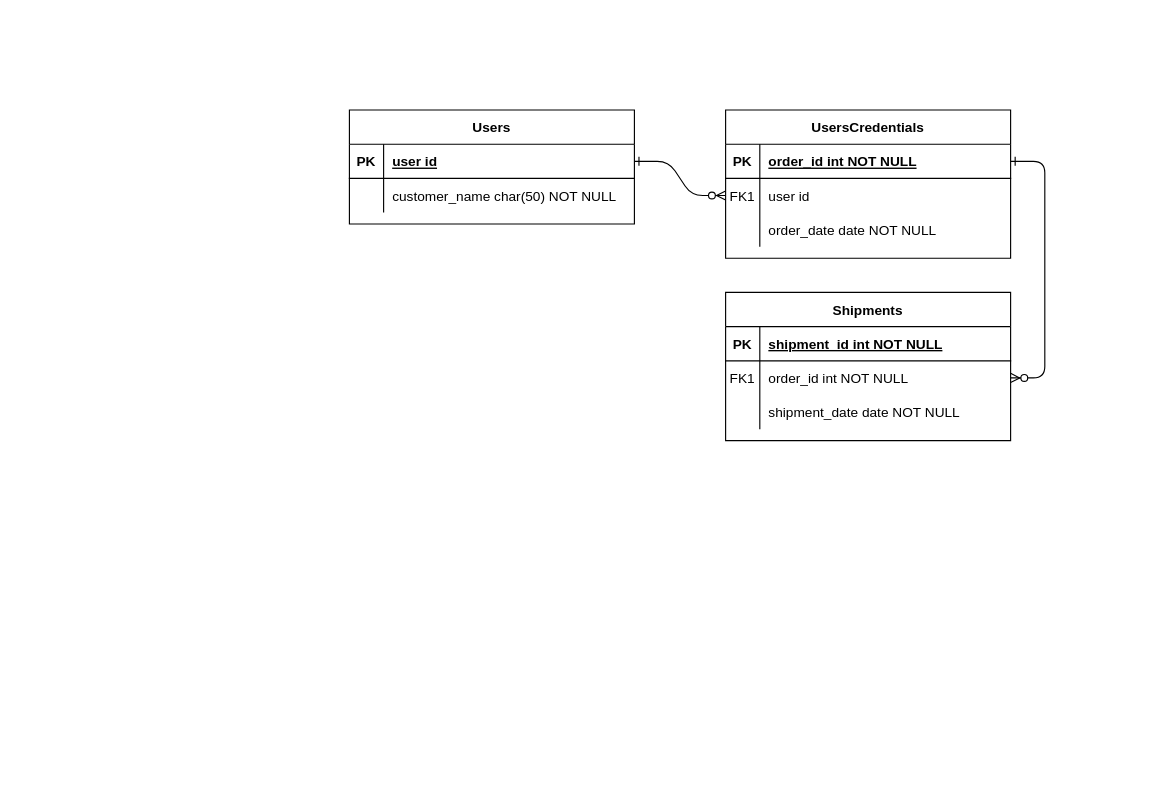
Above: page "Overall BD" (1 of 2) of Docs/node-final.drawio in natank/diagrams (draw.io), before the change. Source tidied: cells renumbered, new cells numbered last; positions are measured from the earlier drawing's top-left corner, leaving out a move shared by most shapes. Both pictures are drawn from the tidied source at 114%, with x=0, y=0 at pixel (349, 109).
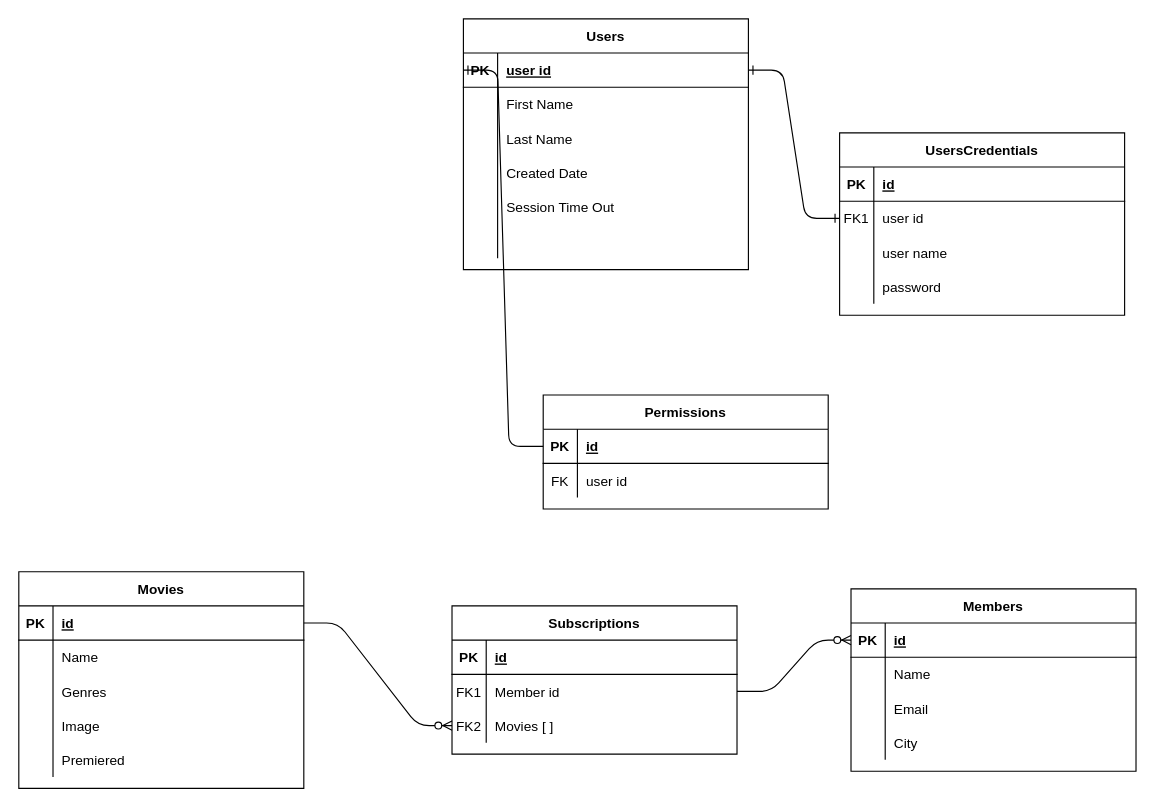
The same page after the edit.

The change refers to these unchanged cells:
```xml
<mxCell id="5" style="shape=partialRectangle;fillColor=none;points=[[0,0.5],[1,0.5]];portConstraint=eastwest;top=0;left=0;right=0;bottom=1;" parent="4" vertex="1">
  <mxGeometry y="30" width="250" height="30" as="geometry" />
</mxCell>
<mxCell id="8" style="shape=partialRectangle;fillColor=none;points=[[0,0.5],[1,0.5]];portConstraint=eastwest;top=0;left=0;right=0;bottom=0;" parent="4" vertex="1">
  <mxGeometry y="60" width="250" height="30" as="geometry" />
</mxCell>
<mxCell id="11" style="shape=partialRectangle;fillColor=none;top=0;left=0;right=0;bottom=0;" parent="4" vertex="1">
  <mxGeometry y="90" width="250" height="30" as="geometry" />
</mxCell>
<mxCell id="15" style="shape=partialRectangle;fillColor=none;top=0;left=0;right=0;bottom=1;" parent="14" vertex="1">
  <mxGeometry y="30" width="250" height="30" as="geometry" />
</mxCell>
<mxCell id="18" style="shape=partialRectangle;fillColor=none;points=[[0,0.5],[1,0.5]];portConstraint=eastwest;top=0;left=0;right=0;bottom=0;" parent="14" vertex="1">
  <mxGeometry y="60" width="250" height="30" as="geometry" />
</mxCell>
<mxCell id="21" style="shape=partialRectangle;fillColor=none;points=[[0,0.5],[1,0.5]];portConstraint=eastwest;top=0;left=0;right=0;bottom=0;" parent="14" vertex="1">
  <mxGeometry y="90" width="250" height="30" as="geometry" />
</mxCell>
<mxCell id="25" style="shape=partialRectangle;fillColor=none;points=[[0,0.5],[1,0.5]];portConstraint=eastwest;top=0;left=0;right=0;bottom=1;" parent="24" vertex="1">
  <mxGeometry y="30" width="250" height="30" as="geometry" />
</mxCell>
<mxCell id="28" style="shape=partialRectangle;fillColor=none;top=0;left=0;right=0;bottom=0;" parent="24" vertex="1">
  <mxGeometry y="60" width="250" height="30" as="geometry" />
</mxCell>
```

Change to the diagram source:
```diff
@@
-    <mxCell id="2" style="edgeStyle=entityRelationEdgeStyle;endArrow=ERzeroToMany;startArrow=ERone;endFill=1;startFill=0;" parent="1" edge="1" source="25" target="8">
+    <mxCell id="2" style="edgeStyle=entityRelationEdgeStyle;endArrow=ERone;startArrow=ERone;endFill=0;startFill=0;" parent="1" edge="1" source="25" target="8">
       <mxGeometry relative="1" as="geometry" />
     </mxCell>
-    <mxCell id="3" style="edgeStyle=entityRelationEdgeStyle;endArrow=ERzeroToMany;startArrow=ERone;endFill=1;startFill=0;" parent="1" edge="1" source="5" target="18">
-      <mxGeometry relative="1" as="geometry" />
-    </mxCell>
     <mxCell id="4" value="UsersCredentials" style="shape=table;startSize=30;childLayout=tableLayout;rowLines=0;fontStyle=1;align=center;" parent="1" vertex="1">
-      <mxGeometry x="330" width="250" height="130" as="geometry" />
+      <mxGeometry x="430" y="20" width="250" height="160" as="geometry" />
     </mxCell>
@@
-    <mxCell id="7" value="order_id int NOT NULL " style="shape=partialRectangle;overflow=hidden;fillColor=none;top=0;left=0;bottom=0;right=0;align=left;spacingLeft=6;fontStyle=5;" parent="5" vertex="1">
+    <mxCell id="7" value="id" style="shape=partialRectangle;overflow=hidden;fillColor=none;top=0;left=0;bottom=0;right=0;align=left;spacingLeft=6;fontStyle=5;" parent="5" vertex="1">
       <mxGeometry x="30" width="220" height="30" as="geometry" />
     </mxCell>
@@
-    <mxCell id="13" value="order_date date NOT NULL" style="shape=partialRectangle;overflow=hidden;fillColor=none;top=0;left=0;bottom=0;right=0;align=left;spacingLeft=6;" parent="11" vertex="1">
+    <mxCell id="13" value="user name" style="shape=partialRectangle;overflow=hidden;fillColor=none;top=0;left=0;bottom=0;right=0;align=left;spacingLeft=6;" parent="11" vertex="1">
       <mxGeometry x="30" width="220" height="30" as="geometry" />
     </mxCell>
+    <mxCell id="31" style="shape=partialRectangle;fillColor=none;top=0;left=0;right=0;bottom=0;" parent="4" vertex="1">
+      <mxGeometry y="120" width="250" height="30" as="geometry" />
+    </mxCell>
+    <mxCell id="32" style="shape=partialRectangle;overflow=hidden;fillColor=none;top=0;left=0;bottom=0;right=0;" parent="31" vertex="1">
+      <mxGeometry width="30" height="30" as="geometry" />
+    </mxCell>
+    <mxCell id="33" value="password" style="shape=partialRectangle;overflow=hidden;fillColor=none;top=0;left=0;bottom=0;right=0;align=left;spacingLeft=6;" parent="31" vertex="1">
+      <mxGeometry x="30" width="220" height="30" as="geometry" />
+    </mxCell>
-    <mxCell id="14" value="Shipments" style="shape=table;startSize=30;childLayout=tableLayout;rowLines=0;fontStyle=1;align=center;" parent="1" vertex="1">
-      <mxGeometry x="330" y="160" width="250" height="130" as="geometry" />
+    <mxCell id="14" value="Subscriptions" style="shape=table;startSize=30;childLayout=tableLayout;rowLines=0;fontStyle=1;align=center;" parent="1" vertex="1">
+      <mxGeometry x="90" y="435" width="250" height="130" as="geometry" />
     </mxCell>
@@
-    <mxCell id="17" value="shipment_id int NOT NULL " style="shape=partialRectangle;overflow=hidden;fillColor=none;top=0;left=0;bottom=0;right=0;align=left;spacingLeft=6;fontStyle=5;" parent="15" vertex="1">
+    <mxCell id="17" value="id" style="shape=partialRectangle;overflow=hidden;fillColor=none;top=0;left=0;bottom=0;right=0;align=left;spacingLeft=6;fontStyle=5;" parent="15" vertex="1">
       <mxGeometry x="30" width="220" height="30" as="geometry" />
     </mxCell>
@@
-    <mxCell id="20" value="order_id int NOT NULL" style="shape=partialRectangle;overflow=hidden;fillColor=none;top=0;left=0;bottom=0;right=0;align=left;spacingLeft=6;" parent="18" vertex="1">
+    <mxCell id="20" value="Member id" style="shape=partialRectangle;overflow=hidden;fillColor=none;top=0;left=0;bottom=0;right=0;align=left;spacingLeft=6;" parent="18" vertex="1">
       <mxGeometry x="30" width="220" height="30" as="geometry" />
     </mxCell>
@@
-    <mxCell id="22" style="shape=partialRectangle;overflow=hidden;fillColor=none;top=0;left=0;bottom=0;right=0;" parent="21" vertex="1">
+    <mxCell id="22" value="FK2" style="shape=partialRectangle;overflow=hidden;fillColor=none;top=0;left=0;bottom=0;right=0;" parent="21" vertex="1">
       <mxGeometry width="30" height="30" as="geometry" />
     </mxCell>
-    <mxCell id="23" value="shipment_date date NOT NULL" style="shape=partialRectangle;overflow=hidden;fillColor=none;top=0;left=0;bottom=0;right=0;align=left;spacingLeft=6;" parent="21" vertex="1">
+    <mxCell id="23" value="Movies [ ]" style="shape=partialRectangle;overflow=hidden;fillColor=none;top=0;left=0;bottom=0;right=0;align=left;spacingLeft=6;" parent="21" vertex="1">
       <mxGeometry x="30" width="220" height="30" as="geometry" />
     </mxCell>
     <mxCell id="24" value="Users" style="shape=table;startSize=30;childLayout=tableLayout;rowLines=0;fontStyle=1;align=center;" parent="1" vertex="1">
-      <mxGeometry width="250" height="100" as="geometry" />
+      <mxGeometry x="100" y="-80" width="250" height="220" as="geometry" />
     </mxCell>
@@
-    <mxCell id="30" value="customer_name char(50) NOT NULL" style="shape=partialRectangle;overflow=hidden;fillColor=none;top=0;left=0;bottom=0;right=0;align=left;spacingLeft=6;" parent="28" vertex="1">
+    <mxCell id="30" value="First Name" style="shape=partialRectangle;overflow=hidden;fillColor=none;top=0;left=0;bottom=0;right=0;align=left;spacingLeft=6;" parent="28" vertex="1">
       <mxGeometry x="30" width="220" height="30" as="geometry" />
     </mxCell>
+    <mxCell id="34" style="shape=partialRectangle;fillColor=none;top=0;left=0;right=0;bottom=0;" parent="24" vertex="1">
+      <mxGeometry y="90" width="250" height="30" as="geometry" />
+    </mxCell>
+    <mxCell id="35" style="shape=partialRectangle;overflow=hidden;fillColor=none;top=0;left=0;bottom=0;right=0;" parent="34" vertex="1">
+      <mxGeometry width="30" height="30" as="geometry" />
+    </mxCell>
+    <mxCell id="36" value="Last Name" style="shape=partialRectangle;overflow=hidden;fillColor=none;top=0;left=0;bottom=0;right=0;align=left;spacingLeft=6;" parent="34" vertex="1">
+      <mxGeometry x="30" width="220" height="30" as="geometry" />
+    </mxCell>
+    <mxCell id="37" style="shape=partialRectangle;fillColor=none;top=0;left=0;right=0;bottom=0;" parent="24" vertex="1">
+      <mxGeometry y="120" width="250" height="30" as="geometry" />
+    </mxCell>
+    <mxCell id="38" style="shape=partialRectangle;overflow=hidden;fillColor=none;top=0;left=0;bottom=0;right=0;" parent="37" vertex="1">
+      <mxGeometry width="30" height="30" as="geometry" />
+    </mxCell>
+    <mxCell id="39" value="Created Date" style="shape=partialRectangle;overflow=hidden;fillColor=none;top=0;left=0;bottom=0;right=0;align=left;spacingLeft=6;" parent="37" vertex="1">
+      <mxGeometry x="30" width="220" height="30" as="geometry" />
+    </mxCell>
+    <mxCell id="40" style="shape=partialRectangle;fillColor=none;top=0;left=0;right=0;bottom=0;" parent="24" vertex="1">
+      <mxGeometry y="150" width="250" height="30" as="geometry" />
+    </mxCell>
+    <mxCell id="41" style="shape=partialRectangle;overflow=hidden;fillColor=none;top=0;left=0;bottom=0;right=0;" parent="40" vertex="1">
+      <mxGeometry width="30" height="30" as="geometry" />
+    </mxCell>
+    <mxCell id="42" value="Session Time Out" style="shape=partialRectangle;overflow=hidden;fillColor=none;top=0;left=0;bottom=0;right=0;align=left;spacingLeft=6;" parent="40" vertex="1">
+      <mxGeometry x="30" width="220" height="30" as="geometry" />
+    </mxCell>
+    <mxCell id="43" style="shape=partialRectangle;fillColor=none;top=0;left=0;right=0;bottom=0;" parent="24" vertex="1">
+      <mxGeometry y="180" width="250" height="30" as="geometry" />
+    </mxCell>
+    <mxCell id="44" style="shape=partialRectangle;overflow=hidden;fillColor=none;top=0;left=0;bottom=0;right=0;" parent="43" vertex="1">
+      <mxGeometry width="30" height="30" as="geometry" />
+    </mxCell>
+    <mxCell id="45" style="shape=partialRectangle;overflow=hidden;fillColor=none;top=0;left=0;bottom=0;right=0;align=left;spacingLeft=6;" parent="43" vertex="1">
+      <mxGeometry x="30" width="220" height="30" as="geometry" />
+    </mxCell>
+    <mxCell id="46" value="Permissions" style="shape=table;startSize=30;childLayout=tableLayout;rowLines=0;fontStyle=1;align=center;" parent="1" vertex="1">
+      <mxGeometry x="170" y="250" width="250" height="100" as="geometry" />
+    </mxCell>
+    <mxCell id="47" style="shape=partialRectangle;fillColor=none;points=[[0,0.5],[1,0.5]];portConstraint=eastwest;top=0;left=0;right=0;bottom=1;" parent="46" vertex="1">
+      <mxGeometry y="30" width="250" height="30" as="geometry" />
+    </mxCell>
+    <mxCell id="48" value="PK" style="shape=partialRectangle;overflow=hidden;fillColor=none;top=0;left=0;bottom=0;right=0;fontStyle=1;" parent="47" vertex="1">
+      <mxGeometry width="30" height="30" as="geometry" />
+    </mxCell>
+    <mxCell id="49" value="id" style="shape=partialRectangle;overflow=hidden;fillColor=none;top=0;left=0;bottom=0;right=0;align=left;spacingLeft=6;fontStyle=5;" parent="47" vertex="1">
+      <mxGeometry x="30" width="220" height="30" as="geometry" />
+    </mxCell>
+    <mxCell id="50" style="shape=partialRectangle;fillColor=none;top=0;left=0;right=0;bottom=0;" parent="46" vertex="1">
+      <mxGeometry y="60" width="250" height="30" as="geometry" />
+    </mxCell>
+    <mxCell id="51" value="FK" style="shape=partialRectangle;overflow=hidden;fillColor=none;top=0;left=0;bottom=0;right=0;" parent="50" vertex="1">
+      <mxGeometry width="30" height="30" as="geometry" />
+    </mxCell>
+    <mxCell id="52" value="user id" style="shape=partialRectangle;overflow=hidden;fillColor=none;top=0;left=0;bottom=0;right=0;align=left;spacingLeft=6;" parent="50" vertex="1">
+      <mxGeometry x="30" width="220" height="30" as="geometry" />
+    </mxCell>
+    <mxCell id="53" style="edgeStyle=entityRelationEdgeStyle;fontSize=12;html=1;endArrow=ERone;endFill=1;exitX=0;exitY=0.5;exitDx=0;exitDy=0;entryX=0;entryY=0.5;entryDx=0;entryDy=0;" parent="1" edge="1" source="47" target="25">
+      <mxGeometry relative="1" as="geometry" />
+    </mxCell>
+    <mxCell id="54" value="Movies" style="shape=table;startSize=30;childLayout=tableLayout;rowLines=0;fontStyle=1;align=center;" parent="1" vertex="1">
+      <mxGeometry x="-290" y="405" width="250" height="190" as="geometry" />
+    </mxCell>
+    <mxCell id="55" style="shape=partialRectangle;fillColor=none;points=[[0,0.5],[1,0.5]];portConstraint=eastwest;top=0;left=0;right=0;bottom=1;" parent="54" vertex="1">
+      <mxGeometry y="30" width="250" height="30" as="geometry" />
+    </mxCell>
+    <mxCell id="56" value="PK" style="shape=partialRectangle;overflow=hidden;fillColor=none;top=0;left=0;bottom=0;right=0;fontStyle=1;" parent="55" vertex="1">
+      <mxGeometry width="30" height="30" as="geometry" />
+    </mxCell>
+    <mxCell id="57" value="id" style="shape=partialRectangle;overflow=hidden;fillColor=none;top=0;left=0;bottom=0;right=0;align=left;spacingLeft=6;fontStyle=5;" parent="55" vertex="1">
+      <mxGeometry x="30" width="220" height="30" as="geometry" />
+    </mxCell>
+    <mxCell id="58" style="shape=partialRectangle;fillColor=none;top=0;left=0;right=0;bottom=0;" parent="54" vertex="1">
+      <mxGeometry y="60" width="250" height="30" as="geometry" />
+    </mxCell>
+    <mxCell id="59" style="shape=partialRectangle;overflow=hidden;fillColor=none;top=0;left=0;bottom=0;right=0;" parent="58" vertex="1">
+      <mxGeometry width="30" height="30" as="geometry" />
+    </mxCell>
+    <mxCell id="60" value="Name" style="shape=partialRectangle;overflow=hidden;fillColor=none;top=0;left=0;bottom=0;right=0;align=left;spacingLeft=6;" parent="58" vertex="1">
+      <mxGeometry x="30" width="220" height="30" as="geometry" />
+    </mxCell>
+    <mxCell id="61" style="shape=partialRectangle;fillColor=none;top=0;left=0;right=0;bottom=0;" parent="54" vertex="1">
+      <mxGeometry y="90" width="250" height="30" as="geometry" />
+    </mxCell>
+    <mxCell id="62" style="shape=partialRectangle;overflow=hidden;fillColor=none;top=0;left=0;bottom=0;right=0;" parent="61" vertex="1">
+      <mxGeometry width="30" height="30" as="geometry" />
+    </mxCell>
+    <mxCell id="63" value="Genres " style="shape=partialRectangle;overflow=hidden;fillColor=none;top=0;left=0;bottom=0;right=0;align=left;spacingLeft=6;" parent="61" vertex="1">
+      <mxGeometry x="30" width="220" height="30" as="geometry" />
+    </mxCell>
+    <mxCell id="64" style="shape=partialRectangle;fillColor=none;top=0;left=0;right=0;bottom=0;" parent="54" vertex="1">
+      <mxGeometry y="120" width="250" height="30" as="geometry" />
+    </mxCell>
+    <mxCell id="65" style="shape=partialRectangle;overflow=hidden;fillColor=none;top=0;left=0;bottom=0;right=0;" parent="64" vertex="1">
+      <mxGeometry width="30" height="30" as="geometry" />
+    </mxCell>
+    <mxCell id="66" value="Image" style="shape=partialRectangle;overflow=hidden;fillColor=none;top=0;left=0;bottom=0;right=0;align=left;spacingLeft=6;" parent="64" vertex="1">
+      <mxGeometry x="30" width="220" height="30" as="geometry" />
+    </mxCell>
+    <mxCell id="67" style="shape=partialRectangle;fillColor=none;top=0;left=0;right=0;bottom=0;" parent="54" vertex="1">
+      <mxGeometry y="150" width="250" height="30" as="geometry" />
+    </mxCell>
+    <mxCell id="68" style="shape=partialRectangle;overflow=hidden;fillColor=none;top=0;left=0;bottom=0;right=0;" parent="67" vertex="1">
+      <mxGeometry width="30" height="30" as="geometry" />
+    </mxCell>
+    <mxCell id="69" value="Premiered" style="shape=partialRectangle;overflow=hidden;fillColor=none;top=0;left=0;bottom=0;right=0;align=left;spacingLeft=6;" parent="67" vertex="1">
+      <mxGeometry x="30" width="220" height="30" as="geometry" />
+    </mxCell>
+    <mxCell id="70" value="Members" style="shape=table;startSize=30;childLayout=tableLayout;rowLines=0;fontStyle=1;align=center;" parent="1" vertex="1">
+      <mxGeometry x="440" y="420" width="250" height="160" as="geometry" />
+    </mxCell>
+    <mxCell id="71" style="shape=partialRectangle;fillColor=none;points=[[0,0.5],[1,0.5]];portConstraint=eastwest;top=0;left=0;right=0;bottom=1;" parent="70" vertex="1">
+      <mxGeometry y="30" width="250" height="30" as="geometry" />
+    </mxCell>
+    <mxCell id="72" value="PK" style="shape=partialRectangle;overflow=hidden;fillColor=none;top=0;left=0;bottom=0;right=0;fontStyle=1;" parent="71" vertex="1">
+      <mxGeometry width="30" height="30" as="geometry" />
+    </mxCell>
+    <mxCell id="73" value="id" style="shape=partialRectangle;overflow=hidden;fillColor=none;top=0;left=0;bottom=0;right=0;align=left;spacingLeft=6;fontStyle=5;" parent="71" vertex="1">
+      <mxGeometry x="30" width="220" height="30" as="geometry" />
+    </mxCell>
+    <mxCell id="74" style="shape=partialRectangle;fillColor=none;top=0;left=0;right=0;bottom=0;" parent="70" vertex="1">
+      <mxGeometry y="60" width="250" height="30" as="geometry" />
+    </mxCell>
+    <mxCell id="75" style="shape=partialRectangle;overflow=hidden;fillColor=none;top=0;left=0;bottom=0;right=0;" parent="74" vertex="1">
+      <mxGeometry width="30" height="30" as="geometry" />
+    </mxCell>
+    <mxCell id="76" value="Name" style="shape=partialRectangle;overflow=hidden;fillColor=none;top=0;left=0;bottom=0;right=0;align=left;spacingLeft=6;" parent="74" vertex="1">
+      <mxGeometry x="30" width="220" height="30" as="geometry" />
+    </mxCell>
+    <mxCell id="77" style="shape=partialRectangle;fillColor=none;top=0;left=0;right=0;bottom=0;" parent="70" vertex="1">
+      <mxGeometry y="90" width="250" height="30" as="geometry" />
+    </mxCell>
+    <mxCell id="78" style="shape=partialRectangle;overflow=hidden;fillColor=none;top=0;left=0;bottom=0;right=0;" parent="77" vertex="1">
+      <mxGeometry width="30" height="30" as="geometry" />
+    </mxCell>
+    <mxCell id="79" value="Email" style="shape=partialRectangle;overflow=hidden;fillColor=none;top=0;left=0;bottom=0;right=0;align=left;spacingLeft=6;" parent="77" vertex="1">
+      <mxGeometry x="30" width="220" height="30" as="geometry" />
+    </mxCell>
+    <mxCell id="80" style="shape=partialRectangle;fillColor=none;top=0;left=0;right=0;bottom=0;" parent="70" vertex="1">
+      <mxGeometry y="120" width="250" height="30" as="geometry" />
+    </mxCell>
+    <mxCell id="81" style="shape=partialRectangle;overflow=hidden;fillColor=none;top=0;left=0;bottom=0;right=0;" parent="80" vertex="1">
+      <mxGeometry width="30" height="30" as="geometry" />
+    </mxCell>
+    <mxCell id="82" value="City" style="shape=partialRectangle;overflow=hidden;fillColor=none;top=0;left=0;bottom=0;right=0;align=left;spacingLeft=6;" parent="80" vertex="1">
+      <mxGeometry x="30" width="220" height="30" as="geometry" />
+    </mxCell>
+    <mxCell id="83" style="edgeStyle=entityRelationEdgeStyle;fontSize=12;html=1;endArrow=ERzeroToMany;endFill=1;entryX=0;entryY=0.5;entryDx=0;entryDy=0;exitX=1;exitY=0.5;exitDx=0;exitDy=0;" parent="1" edge="1" source="55" target="21">
+      <mxGeometry relative="1" as="geometry" />
+    </mxCell>
+    <mxCell id="84" style="edgeStyle=entityRelationEdgeStyle;fontSize=12;html=1;endArrow=ERzeroToMany;endFill=1;exitX=1;exitY=0.5;exitDx=0;exitDy=0;entryX=0;entryY=0.5;entryDx=0;entryDy=0;" parent="1" edge="1" source="18" target="71">
+      <mxGeometry relative="1" as="geometry" />
+    </mxCell>
```
